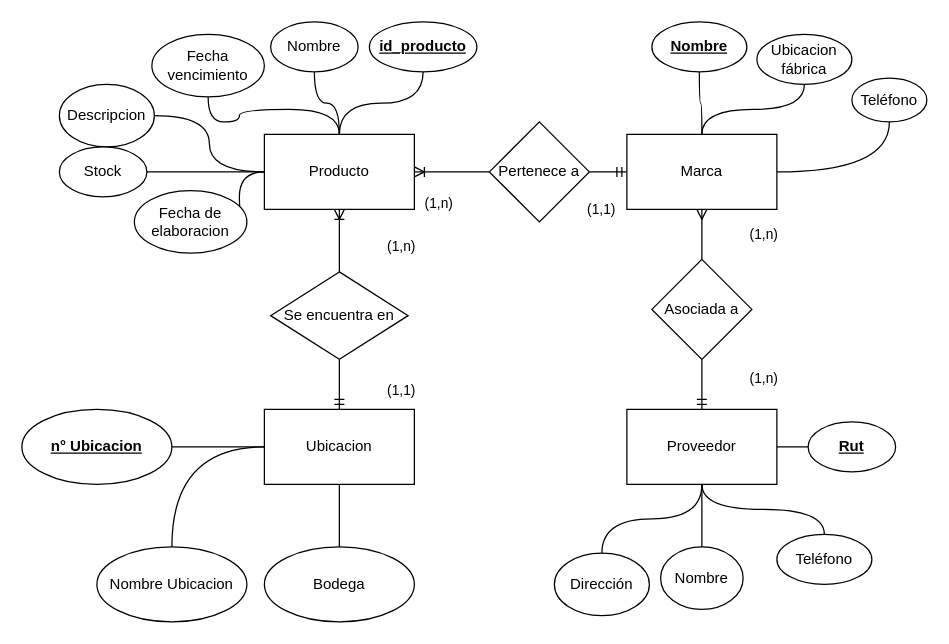
Earlier version of the draw.io diagram page "Problema 2 MER" (3 of 4) of practica_2/pauta_diagramas.drawio (elMixto/Practica-S1-TI-2022). Source tidied: cells renumbered, new cells numbered last; positions are measured from the earlier drawing's top-left corner, leaving out a move shared by most shapes. Both pictures are drawn from the tidied source at 125%, with x=0, y=0 at pixel (21, 21).
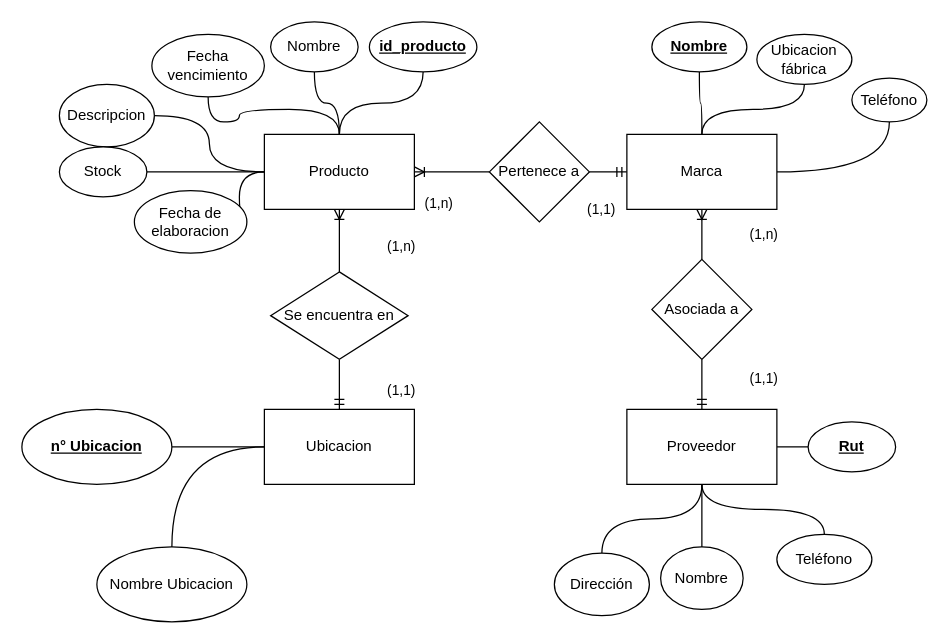
Above is the later version.

Unchanged cells that the change refers to:
```xml
<mxCell id="15" value="Ubicacion" style="whiteSpace=wrap;html=1;" parent="1" vertex="1">
  <mxGeometry x="194" y="310" width="120" height="60" as="geometry" />
</mxCell>
<mxCell id="22" value="Asociada a" style="rhombus;whiteSpace=wrap;html=1;" parent="1" vertex="1">
  <mxGeometry x="504" y="190" width="80" height="80" as="geometry" />
</mxCell>
<mxCell id="36" value="Marca" style="whiteSpace=wrap;html=1;" parent="1" vertex="1">
  <mxGeometry x="484" y="90" width="120" height="60" as="geometry" />
</mxCell>
```

Change to the diagram source:
```diff
@@
-    <mxCell id="2" style="edgeStyle=orthogonalEdgeStyle;shape=connector;rounded=0;jettySize=auto;html=1;labelBackgroundColor=default;fontFamily=Helvetica;fontSize=11;fontColor=default;endArrow=none;endFill=0;strokeColor=default;startArrow=ERmany;startFill=0;" parent="1" edge="1" source="36" target="22">
+    <mxCell id="2" style="edgeStyle=orthogonalEdgeStyle;shape=connector;rounded=0;jettySize=auto;html=1;labelBackgroundColor=default;fontFamily=Helvetica;fontSize=11;fontColor=default;endArrow=none;endFill=0;strokeColor=default;startArrow=ERoneToMany;startFill=0;" parent="1" edge="1" source="36" target="22">
       <mxGeometry relative="1" as="geometry" />
     </mxCell>
@@
-    <mxCell id="14" style="edgeStyle=orthogonalEdgeStyle;shape=connector;jettySize=auto;html=1;labelBackgroundColor=default;fontFamily=Helvetica;fontSize=11;fontColor=default;startArrow=none;startFill=0;endArrow=none;endFill=0;strokeColor=default;curved=1;" parent="1" edge="1" source="15" target="39">
-      <mxGeometry relative="1" as="geometry" />
-    </mxCell>
@@
-    <mxCell id="30" value="(1,n)" style="text;html=1;strokeColor=none;fillColor=none;align=center;verticalAlign=middle;whiteSpace=wrap;rounded=0;fontFamily=Helvetica;fontSize=11;fontColor=default;" parent="1" vertex="1">
+    <mxCell id="30" value="(1,1)" style="text;html=1;strokeColor=none;fillColor=none;align=center;verticalAlign=middle;whiteSpace=wrap;rounded=0;fontFamily=Helvetica;fontSize=11;fontColor=default;" parent="1" vertex="1">
       <mxGeometry x="564" y="270" width="60" height="30" as="geometry" />
     </mxCell>
@@
-    <mxCell id="39" value="Bodega" style="ellipse;whiteSpace=wrap;html=1;" parent="1" vertex="1">
-      <mxGeometry x="194" y="420" width="120" height="60" as="geometry" />
-    </mxCell>
```
